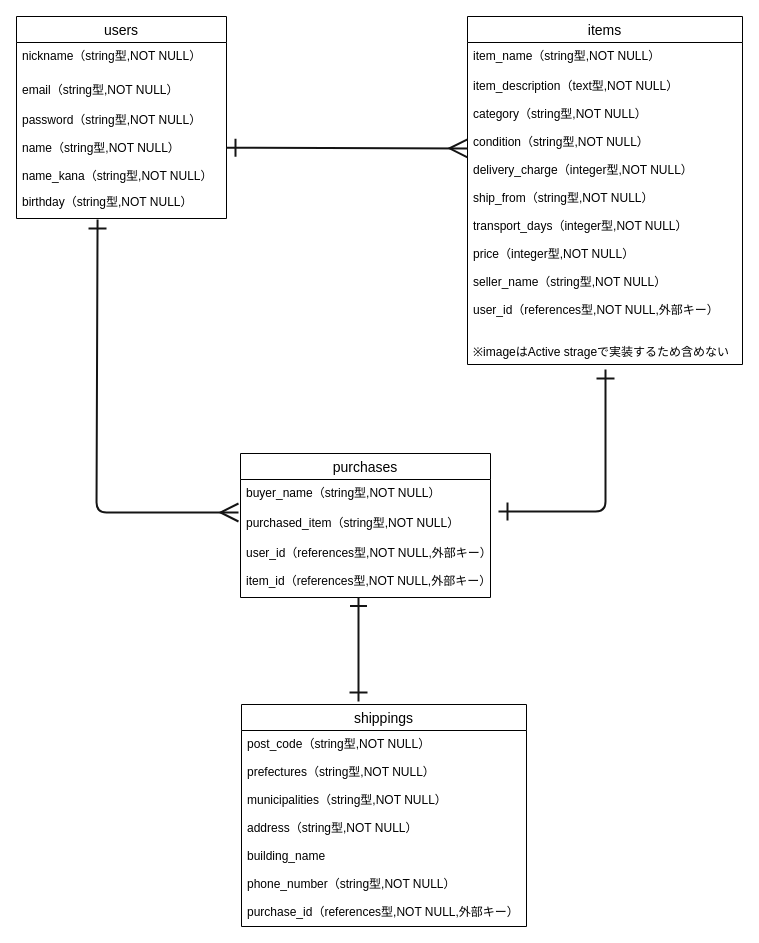
Earlier version of the draw.io diagram furima-37348.dio (y-takamatu/furima-37348). Source tidied: cells renumbered, new cells numbered last; positions are measured from the earlier drawing's top-left corner, leaving out a move shared by most shapes. Both pictures are drawn from the tidied source at 100%, with x=0, y=0 at pixel (16, 16).
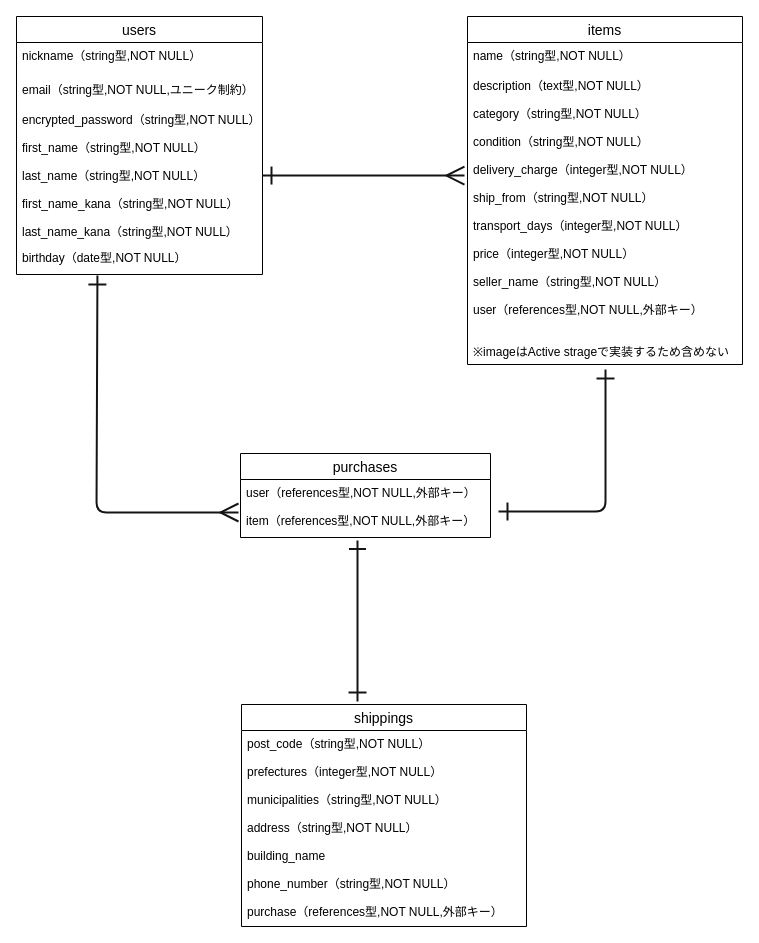
The same page after the edit.

Commit message (it also covers changes not shown here):
Column、Type、option修正

The change refers to these unchanged cells:
```xml
<mxCell id="2" value="items" style="swimlane;fontStyle=0;horizontal=1;startSize=26;align=center;fontSize=14;" parent="1" vertex="1">
  <mxGeometry x="451" width="275" height="348" as="geometry" />
</mxCell>
<mxCell id="16" value="shippings" style="swimlane;fontStyle=0;horizontal=1;startSize=26;align=center;fontSize=14;" parent="1" vertex="1">
  <mxGeometry x="225" y="688" width="285" height="222" as="geometry" />
</mxCell>
```

The edit, as a diff of the source:
```diff
@@
-    <mxCell id="3" value="item_name（string型,NOT NULL）" style="text;strokeColor=none;fillColor=none;spacingLeft=4;spacingRight=4;overflow=hidden;fontSize=12;" parent="2" vertex="1">
+    <mxCell id="3" value="name（string型,NOT NULL）" style="text;strokeColor=none;fillColor=none;spacingLeft=4;spacingRight=4;overflow=hidden;fontSize=12;" parent="2" vertex="1">
       <mxGeometry y="26" width="275" height="30" as="geometry" />
     </mxCell>
-    <mxCell id="4" value="item_description（text型,NOT NULL）&#10;&#10;category（string型,NOT NULL）&#10;&#10;condition（string型,NOT NULL）&#10;&#10;delivery_charge（integer型,NOT NULL）&#10;&#10;ship_from（string型,NOT NULL）&#10;&#10;transport_days（integer型,NOT NULL）&#10;&#10;price（integer型,NOT NULL）&#10;&#10;seller_name（string型,NOT NULL）&#10;&#10;user_id（references型,NOT NULL,外部キー）&#10;&#10;&#10;※imageはActive strageで実装するため含めない" style="text;strokeColor=none;fillColor=none;spacingLeft=4;spacingRight=4;overflow=hidden;points=[[0,0.5],[1,0.5]];portConstraint=eastwest;fontSize=12;" parent="2" vertex="1">
+    <mxCell id="4" value="description（text型,NOT NULL）&#10;&#10;category（string型,NOT NULL）&#10;&#10;condition（string型,NOT NULL）&#10;&#10;delivery_charge（integer型,NOT NULL）&#10;&#10;ship_from（string型,NOT NULL）&#10;&#10;transport_days（integer型,NOT NULL）&#10;&#10;price（integer型,NOT NULL）&#10;&#10;seller_name（string型,NOT NULL）&#10;&#10;user（references型,NOT NULL,外部キー）&#10;&#10;&#10;※imageはActive strageで実装するため含めない" style="text;strokeColor=none;fillColor=none;spacingLeft=4;spacingRight=4;overflow=hidden;points=[[0,0.5],[1,0.5]];portConstraint=eastwest;fontSize=12;" parent="2" vertex="1">
       <mxGeometry y="56" width="275" height="292" as="geometry" />
     </mxCell>
     <mxCell id="5" value="users" style="swimlane;fontStyle=0;horizontal=1;startSize=26;align=center;fontSize=14;" parent="1" vertex="1">
-      <mxGeometry width="210" height="202" as="geometry" />
+      <mxGeometry width="246" height="258" as="geometry" />
     </mxCell>
     <mxCell id="6" value="nickname（string型,NOT NULL）&#10;" style="text;strokeColor=none;fillColor=none;spacingLeft=4;spacingRight=4;overflow=hidden;fontSize=12;" parent="5" vertex="1">
-      <mxGeometry y="26" width="210" height="34" as="geometry" />
+      <mxGeometry y="26" width="246" height="34" as="geometry" />
     </mxCell>
-    <mxCell id="7" value="email（string型,NOT NULL）" style="text;strokeColor=none;fillColor=none;spacingLeft=4;spacingRight=4;overflow=hidden;fontSize=12;" parent="5" vertex="1">
-      <mxGeometry y="60" width="210" height="30" as="geometry" />
+    <mxCell id="7" value="email（string型,NOT NULL,ユニーク制約）" style="text;strokeColor=none;fillColor=none;spacingLeft=4;spacingRight=4;overflow=hidden;fontSize=12;" parent="5" vertex="1">
+      <mxGeometry y="60" width="246" height="30" as="geometry" />
     </mxCell>
-    <mxCell id="8" value="password（string型,NOT NULL）&#10;&#10;name（string型,NOT NULL）&#10;&#10;name_kana（string型,NOT NULL）&#10;&#10;" style="text;strokeColor=none;fillColor=none;spacingLeft=4;spacingRight=4;overflow=hidden;points=[[0,0.5],[1,0.5]];portConstraint=eastwest;fontSize=12;" parent="5" vertex="1">
-      <mxGeometry y="90" width="210" height="82" as="geometry" />
+    <mxCell id="8" value="encrypted_password（string型,NOT NULL）&#10;&#10;first_name（string型,NOT NULL）&#10;&#10;last_name（string型,NOT NULL）&#10;&#10;first_name_kana（string型,NOT NULL）&#10;&#10;last_name_kana（string型,NOT NULL）&#10;" style="text;strokeColor=none;fillColor=none;spacingLeft=4;spacingRight=4;overflow=hidden;points=[[0,0.5],[1,0.5]];portConstraint=eastwest;fontSize=12;" parent="5" vertex="1">
+      <mxGeometry y="90" width="246" height="138" as="geometry" />
     </mxCell>
-    <mxCell id="9" value="birthday（string型,NOT NULL）" style="text;strokeColor=none;fillColor=none;spacingLeft=4;spacingRight=4;overflow=hidden;points=[[0,0.5],[1,0.5]];portConstraint=eastwest;fontSize=12;" parent="5" vertex="1">
-      <mxGeometry y="172" width="210" height="30" as="geometry" />
+    <mxCell id="9" value="birthday（date型,NOT NULL）" style="text;strokeColor=none;fillColor=none;spacingLeft=4;spacingRight=4;overflow=hidden;points=[[0,0.5],[1,0.5]];portConstraint=eastwest;fontSize=12;" parent="5" vertex="1">
+      <mxGeometry y="228" width="246" height="30" as="geometry" />
     </mxCell>
-    <mxCell id="10" style="edgeStyle=none;html=1;endArrow=ERmany;endFill=0;strokeWidth=2;targetPerimeterSpacing=0;endSize=15;startArrow=ERone;startFill=0;startSize=15;entryX=0;entryY=0.26;entryDx=0;entryDy=0;entryPerimeter=0;strokeColor=#141414;" parent="1" edge="1" source="8" target="4">
+    <mxCell id="10" style="edgeStyle=none;html=1;endArrow=ERmany;endFill=0;strokeWidth=2;targetPerimeterSpacing=0;endSize=15;startArrow=ERone;startFill=0;startSize=15;entryX=-0.011;entryY=0.353;entryDx=0;entryDy=0;entryPerimeter=0;strokeColor=#141414;" parent="1" edge="1" source="8" target="4">
       <mxGeometry relative="1" as="geometry" />
     </mxCell>
     <mxCell id="11" value="purchases" style="swimlane;fontStyle=0;horizontal=1;startSize=26;align=center;fontSize=14;" parent="1" vertex="1">
-      <mxGeometry x="224" y="437" width="250" height="144" as="geometry" />
+      <mxGeometry x="224" y="437" width="250" height="84" as="geometry" />
     </mxCell>
-    <mxCell id="12" value="buyer_name（string型,NOT NULL）&#10;" style="text;strokeColor=none;fillColor=none;spacingLeft=4;spacingRight=4;overflow=hidden;fontSize=12;" parent="11" vertex="1">
-      <mxGeometry y="26" width="250" height="30" as="geometry" />
-    </mxCell>
-    <mxCell id="13" value="purchased_item（string型,NOT NULL）" style="text;strokeColor=none;fillColor=none;spacingLeft=4;spacingRight=4;overflow=hidden;points=[[0,0.5],[1,0.5]];portConstraint=eastwest;fontSize=12;" parent="11" vertex="1">
-      <mxGeometry y="56" width="250" height="30" as="geometry" />
-    </mxCell>
-    <mxCell id="14" value="user_id（references型,NOT NULL,外部キー）&#10;&#10;item_id（references型,NOT NULL,外部キー）" style="text;strokeColor=none;fillColor=none;spacingLeft=4;spacingRight=4;overflow=hidden;fontSize=12;" parent="11" vertex="1">
-      <mxGeometry y="86" width="250" height="58" as="geometry" />
+    <mxCell id="14" value="user（references型,NOT NULL,外部キー）&#10;&#10;item（references型,NOT NULL,外部キー）" style="text;strokeColor=none;fillColor=none;spacingLeft=4;spacingRight=4;overflow=hidden;fontSize=12;" parent="11" vertex="1">
+      <mxGeometry y="26" width="250" height="58" as="geometry" />
     </mxCell>
     <mxCell id="15" style="edgeStyle=none;html=1;endArrow=ERone;endFill=0;endSize=14;targetPerimeterSpacing=0;strokeWidth=2;startArrow=ERone;startFill=0;startSize=15;strokeColor=#141414;" parent="1" edge="1">
       <mxGeometry relative="1" as="geometry">
-        <mxPoint x="342" y="685" as="sourcePoint" />
-        <mxPoint x="342" y="581" as="targetPoint" />
+        <mxPoint x="341" y="685" as="sourcePoint" />
+        <mxPoint x="341" y="524" as="targetPoint" />
       </mxGeometry>
     </mxCell>
@@
-    <mxCell id="17" value="post_code（string型,NOT NULL）&#10;&#10;prefectures（string型,NOT NULL）&#10;&#10;municipalities（string型,NOT NULL）&#10;&#10;address（string型,NOT NULL）&#10;&#10;building_name&#10;&#10;phone_number（string型,NOT NULL）&#10;&#10;purchase_id（references型,NOT NULL,外部キー）" style="text;strokeColor=none;fillColor=none;spacingLeft=4;spacingRight=4;overflow=hidden;fontSize=12;" parent="16" vertex="1">
+    <mxCell id="17" value="post_code（string型,NOT NULL）&#10;&#10;prefectures（integer型,NOT NULL）&#10;&#10;municipalities（string型,NOT NULL）&#10;&#10;address（string型,NOT NULL）&#10;&#10;building_name&#10;&#10;phone_number（string型,NOT NULL）&#10;&#10;purchase（references型,NOT NULL,外部キー）" style="text;strokeColor=none;fillColor=none;spacingLeft=4;spacingRight=4;overflow=hidden;fontSize=12;" parent="16" vertex="1">
       <mxGeometry y="26" width="285" height="196" as="geometry" />
     </mxCell>
-    <mxCell id="18" style="edgeStyle=none;html=1;startArrow=ERone;startFill=0;endArrow=ERmany;endFill=0;startSize=15;endSize=15;targetPerimeterSpacing=0;strokeWidth=2;exitX=0.386;exitY=1.033;exitDx=0;exitDy=0;exitPerimeter=0;strokeColor=#141414;" parent="1" edge="1" source="9">
+    <mxCell id="18" style="edgeStyle=none;html=1;startArrow=ERone;startFill=0;endArrow=ERmany;endFill=0;startSize=15;endSize=15;targetPerimeterSpacing=0;strokeWidth=2;strokeColor=#141414;exitX=0.329;exitY=1.033;exitDx=0;exitDy=0;exitPerimeter=0;" parent="1" edge="1" source="9">
       <mxGeometry relative="1" as="geometry">
         <mxPoint x="222" y="496" as="targetPoint" />
         <Array as="points">
           <mxPoint x="80" y="496" />
           <mxPoint x="222" y="496" />
         </Array>
       </mxGeometry>
     </mxCell>
-    <mxCell id="19" style="edgeStyle=none;html=1;exitX=1.032;exitY=0.067;exitDx=0;exitDy=0;startArrow=ERone;startFill=0;endArrow=ERone;endFill=0;startSize=15;endSize=15;targetPerimeterSpacing=0;strokeWidth=2;exitPerimeter=0;strokeColor=#141414;" parent="1" edge="1" source="13">
+    <mxCell id="19" style="edgeStyle=none;html=1;exitX=1.032;exitY=0.067;exitDx=0;exitDy=0;startArrow=ERone;startFill=0;endArrow=ERone;endFill=0;startSize=15;endSize=15;targetPerimeterSpacing=0;strokeWidth=2;exitPerimeter=0;strokeColor=#141414;" parent="1" edge="1">
       <mxGeometry relative="1" as="geometry">
+        <mxPoint x="482" y="495" as="sourcePoint" />
         <mxPoint x="589" y="353" as="targetPoint" />
         <Array as="points">
           <mxPoint x="589" y="495" />
         </Array>
       </mxGeometry>
     </mxCell>
```
